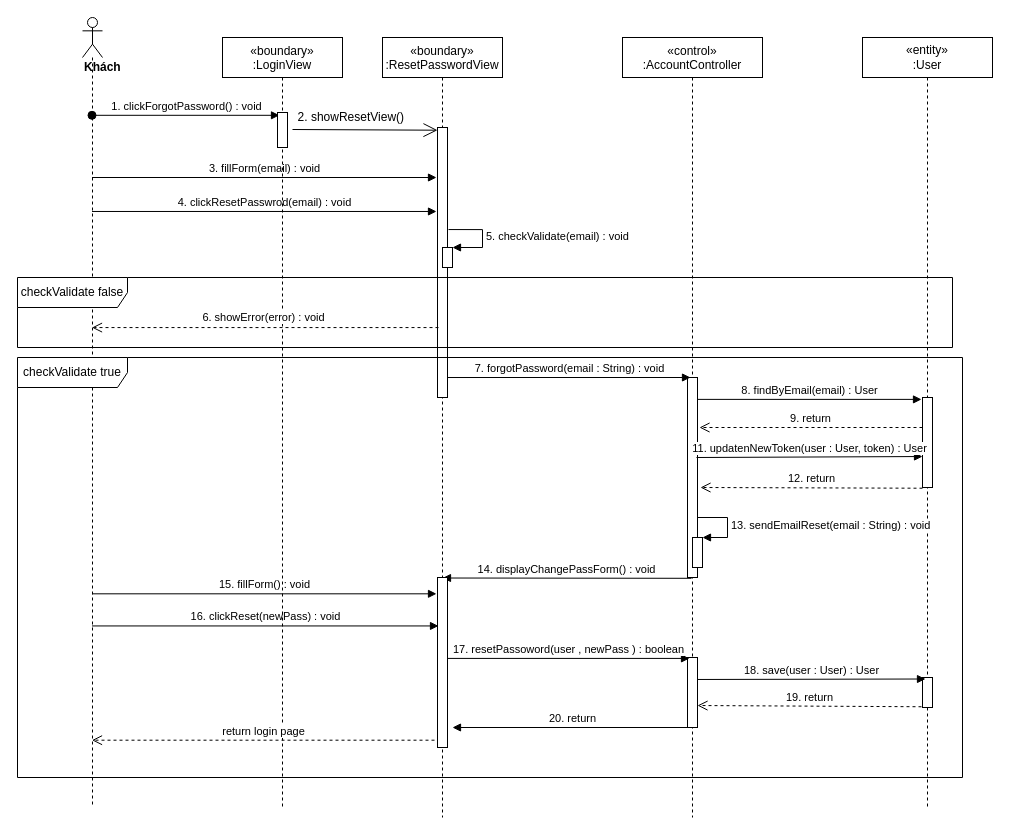
Before: sequence diagram/forgot-password-sequence-diagram.drawio in nguyenphamvan/datn_20202, a draw.io diagram. Source tidied: cells renumbered, new cells numbered last; positions are measured from the earlier drawing's top-left corner, leaving out a move shared by most shapes. Both pictures are drawn from the tidied source at 100%, with x=0, y=0 at pixel (17, 17).
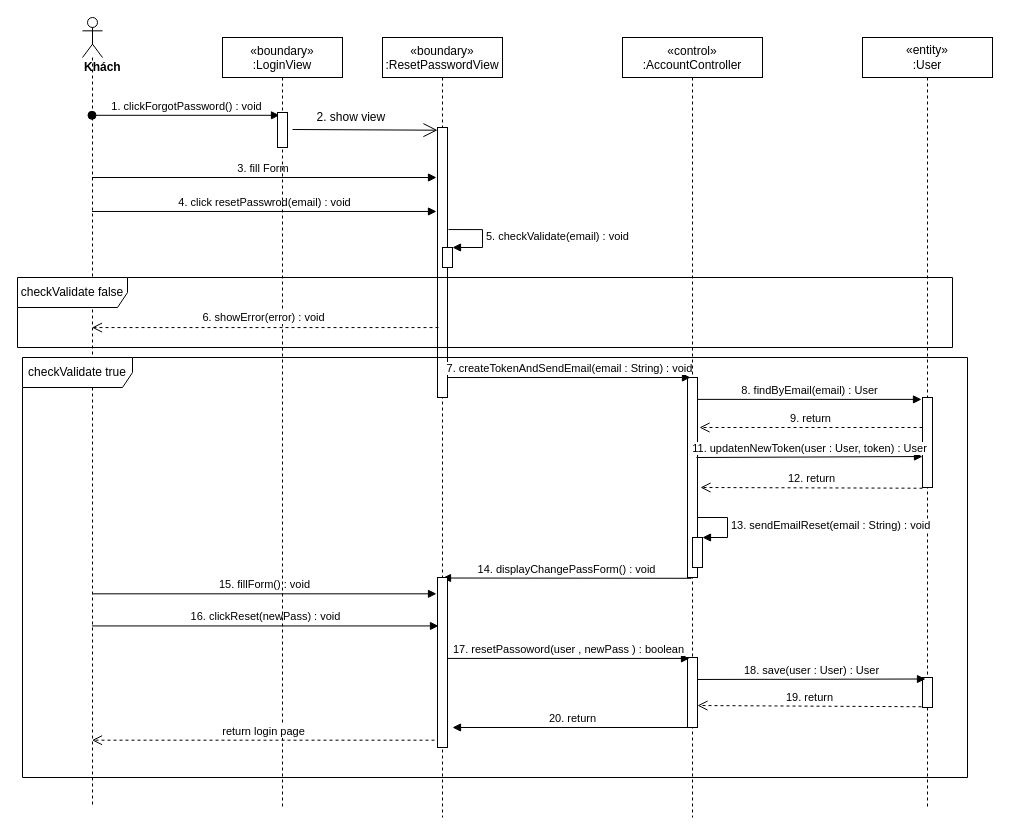
After the change.

The change refers to these unchanged cells:
```xml
<mxCell id="3" style="html=1;points=[];perimeter=orthogonalPerimeter;" parent="2" vertex="1">
  <mxGeometry x="55" y="90" width="10" height="270" as="geometry" />
</mxCell>
<mxCell id="5" value="&lt;div&gt;&lt;b&gt;Khách&lt;/b&gt;&lt;/div&gt;" style="shape=umlLifeline;participant=umlActor;perimeter=lifelinePerimeter;whiteSpace=wrap;html=1;verticalAlign=top;spacingTop=36;outlineConnect=0;align=left;" parent="1" vertex="1">
  <mxGeometry x="65" width="20" height="790" as="geometry" />
</mxCell>
<mxCell id="9" style="points=[];perimeter=orthogonalPerimeter;rounded=0;shadow=0;strokeWidth=1;" parent="1" vertex="1">
  <mxGeometry x="670" y="360" width="10" height="200" as="geometry" />
</mxCell>
```

Change to the diagram source:
```diff
@@
-    <mxCell id="6" value="3. fillForm(email) : void" style="html=1;verticalAlign=bottom;endArrow=block;" parent="1" edge="1" source="5">
+    <mxCell id="6" value="3. fill Form&amp;nbsp;" style="html=1;verticalAlign=bottom;endArrow=block;" parent="1" edge="1" source="5">
       <mxGeometry relative="1" as="geometry">
         <mxPoint x="419" y="160" as="targetPoint" />
       </mxGeometry>
     </mxCell>
@@
-    <mxCell id="10" value="4. clickResetPasswrod(email) : void" style="html=1;verticalAlign=bottom;endArrow=block;entryX=-0.1;entryY=0.311;entryDx=0;entryDy=0;entryPerimeter=0;" parent="1" edge="1" source="5" target="3">
+    <mxCell id="10" value="4. click resetPasswrod(email) : void" style="html=1;verticalAlign=bottom;endArrow=block;entryX=-0.1;entryY=0.311;entryDx=0;entryDy=0;entryPerimeter=0;" parent="1" edge="1" source="5" target="3">
       <mxGeometry relative="1" as="geometry" />
     </mxCell>
-    <mxCell id="11" value="7. forgotPassword(email : String) : void" style="html=1;verticalAlign=bottom;endArrow=block;entryX=0.3;entryY=0;entryDx=0;entryDy=0;entryPerimeter=0;exitX=1;exitY=0.926;exitDx=0;exitDy=0;exitPerimeter=0;" parent="1" edge="1" source="3" target="9">
+    <mxCell id="11" value="7. createTokenAndSendEmail(email : String) : void" style="html=1;verticalAlign=bottom;endArrow=block;entryX=0.3;entryY=0;entryDx=0;entryDy=0;entryPerimeter=0;exitX=1;exitY=0.926;exitDx=0;exitDy=0;exitPerimeter=0;" parent="1" edge="1" source="3" target="9">
       <mxGeometry relative="1" as="geometry" />
     </mxCell>
@@
-    <mxCell id="35" value="2. showResetView()&amp;nbsp;" style="text;html=1;align=center;verticalAlign=middle;strokeColor=none;" parent="1" vertex="1">
-      <mxGeometry x="270" y="90" width="130" height="20" as="geometry" />
+    <mxCell id="35" value="2. show view&amp;nbsp;" style="text;html=1;align=center;verticalAlign=middle;strokeColor=none;" parent="1" vertex="1">
+      <mxGeometry x="290" y="90" width="90" height="20" as="geometry" />
     </mxCell>
@@
     <mxCell id="39" value="checkValidate true" style="shape=umlFrame;whiteSpace=wrap;html=1;width=110;height=30;" parent="1" vertex="1">
-      <mxGeometry y="340" width="945" height="420" as="geometry" />
+      <mxGeometry x="5" y="340" width="945" height="420" as="geometry" />
     </mxCell>
```
